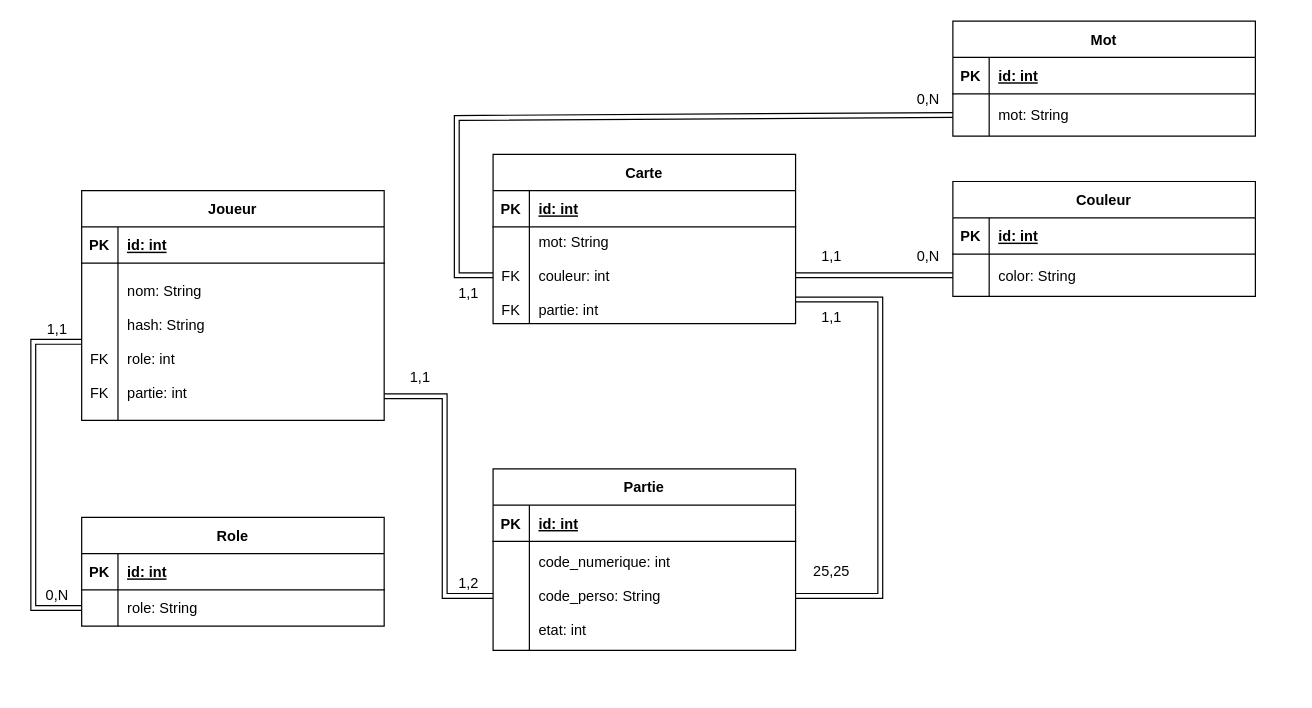
This is Diagramme_PolyNames.drawio from mateohubert2/PolyNames, a draw.io file, before an edit. Source tidied: cells renumbered, new cells numbered last; positions are measured from the earlier drawing's top-left corner, leaving out a move shared by most shapes. Both pictures are drawn from the tidied source at 121%, with x=0, y=0 at pixel (21, 21).
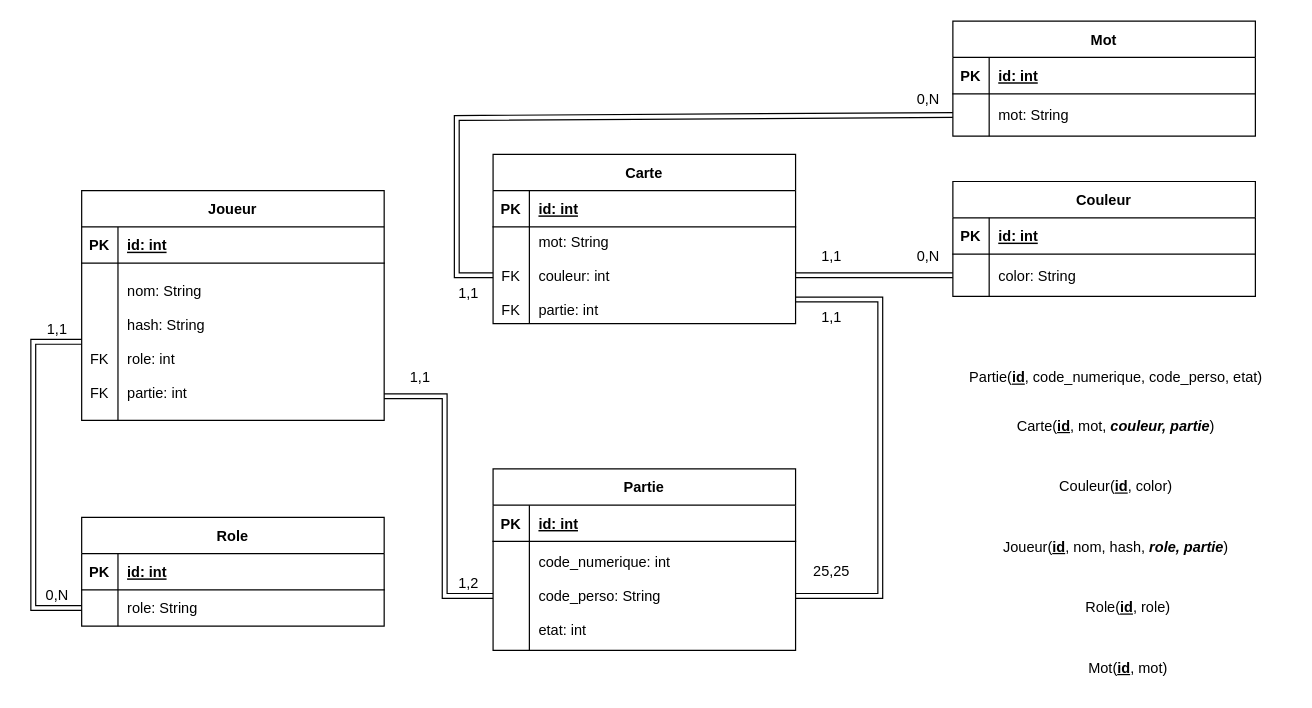
Above is the later version.

Commit message:
Ajout du model relationnel

Diff of the diagram source:
```diff
@@
+    <mxCell id="59" value="Partie(&lt;u style=&quot;font-weight: bold;&quot;&gt;id&lt;/u&gt;, code_numerique, code_perso, etat)" style="text;html=1;align=center;verticalAlign=middle;whiteSpace=wrap;rounded=0;" parent="1" vertex="1">
+      <mxGeometry x="770" y="280" width="270" height="30" as="geometry" />
+    </mxCell>
+    <mxCell id="60" value="Carte(&lt;u style=&quot;font-weight: bold;&quot;&gt;id&lt;/u&gt;, mot, &lt;b&gt;&lt;i&gt;couleur, partie&lt;/i&gt;&lt;/b&gt;)" style="text;html=1;align=center;verticalAlign=middle;whiteSpace=wrap;rounded=0;" parent="1" vertex="1">
+      <mxGeometry x="770" y="320" width="270" height="30" as="geometry" />
+    </mxCell>
+    <mxCell id="61" value="Couleur(&lt;u style=&quot;font-weight: bold;&quot;&gt;id&lt;/u&gt;, color)" style="text;html=1;align=center;verticalAlign=middle;whiteSpace=wrap;rounded=0;" parent="1" vertex="1">
+      <mxGeometry x="770" y="370" width="270" height="30" as="geometry" />
+    </mxCell>
+    <mxCell id="62" value="Joueur(&lt;u style=&quot;font-weight: bold;&quot;&gt;id&lt;/u&gt;, nom, hash, &lt;b&gt;&lt;i&gt;role, partie&lt;/i&gt;&lt;/b&gt;)" style="text;html=1;align=center;verticalAlign=middle;whiteSpace=wrap;rounded=0;" parent="1" vertex="1">
+      <mxGeometry x="770" y="420" width="270" height="30" as="geometry" />
+    </mxCell>
+    <mxCell id="63" value="Role(&lt;u style=&quot;font-weight: bold;&quot;&gt;id&lt;/u&gt;, role)" style="text;html=1;align=center;verticalAlign=middle;whiteSpace=wrap;rounded=0;" parent="1" vertex="1">
+      <mxGeometry x="780" y="470" width="270" height="30" as="geometry" />
+    </mxCell>
+    <mxCell id="64" value="Mot(&lt;u style=&quot;font-weight: bold;&quot;&gt;id&lt;/u&gt;, mot)" style="text;html=1;align=center;verticalAlign=middle;whiteSpace=wrap;rounded=0;" parent="1" vertex="1">
+      <mxGeometry x="780" y="520" width="270" height="30" as="geometry" />
+    </mxCell>
```
